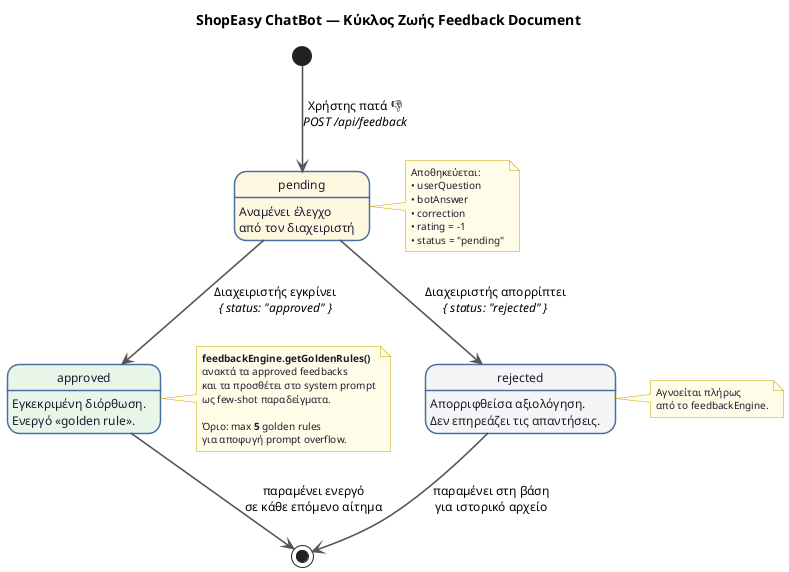
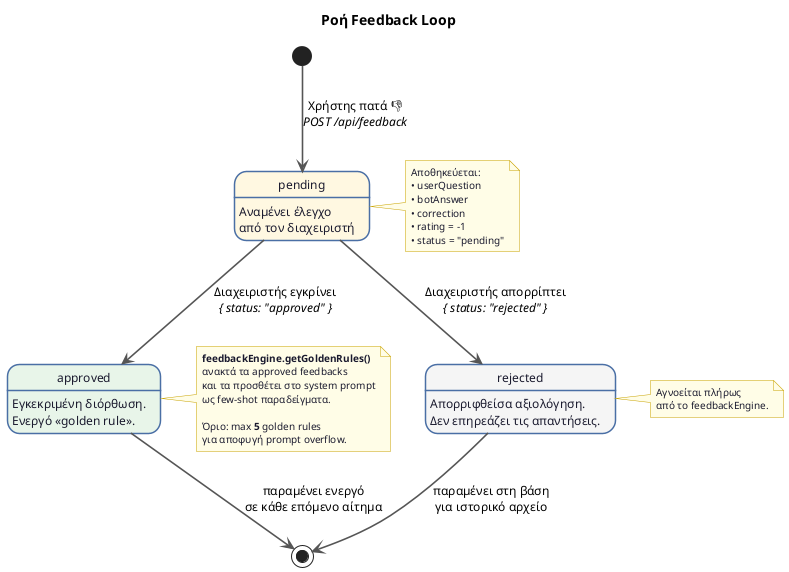
' =============================================================
' Διάγραμμα 5: Μηχανή Καταστάσεων Feedback (State Diagram)
' Κεφάλαιο: 5.5 — Ροές Δεδομένων / 6.4 — Feedback Engine
' Δείχνει τον πλήρη κύκλο ζωής ενός feedback document:
'   - Δημιουργία (pending) όταν ο χρήστης πατά 👎
'   - Μετάβαση σε approved (→ golden rule) ή rejected
'   - Χρήση των approved διορθώσεων σε μελλοντικά prompts
' =============================================================

@startuml 05-feedback-state

skinparam defaultFontName Arial
skinparam defaultFontSize 12
skinparam backgroundColor #FFFFFF

skinparam state {
    BackgroundColor #F4F7FB
    BorderColor #4A6FA5
    BorderThickness 1.5
    FontColor #1A1A2E
    ArrowColor #555555
    ArrowThickness 1.6
    StartColor #2E5FA3
    EndColor #2E5FA3
}

skinparam note {
    BackgroundColor #FFFDE7
    BorderColor #C8A200
    FontSize 10
    FontColor #1A1A2E
}

- title <b>ShopEasy ChatBot — Κύκλος Ζωής Feedback Document</b>
+ title <b>Ροή Feedback Loop</b>

[*] --> pending : Χρήστης πατά 👎\n//POST /api/feedback//

state pending #FFF8E1 : Αναμένει έλεγχο\nαπό τον διαχειριστή

state approved #E8F5E9 : Εγκεκριμένη διόρθωση.\nΕνεργό «golden rule».

state rejected #F5F5F5 : Απορριφθείσα αξιολόγηση.\nΔεν επηρεάζει τις απαντήσεις.

pending --> approved : Διαχειριστής εγκρίνει\n//{ status: "approved" }//
pending --> rejected : Διαχειριστής απορρίπτει\n//{ status: "rejected" }//

approved --> [*] : παραμένει ενεργό\nσε κάθε επόμενο αίτημα
rejected --> [*] : παραμένει στη βάση\nγια ιστορικό αρχείο

note right of pending
  Αποθηκεύεται:
  • userQuestion
  • botAnswer
  • correction
  • rating = -1
  • status = "pending"
end note

note right of approved
  <b>feedbackEngine.getGoldenRules()</b>
  ανακτά τα approved feedbacks
  και τα προσθέτει στο system prompt
  ως few-shot παραδείγματα.

  Όριο: max <b>5</b> golden rules
  για αποφυγή prompt overflow.
end note

note right of rejected
  Αγνοείται πλήρως
  από το feedbackEngine.
end note

@enduml
